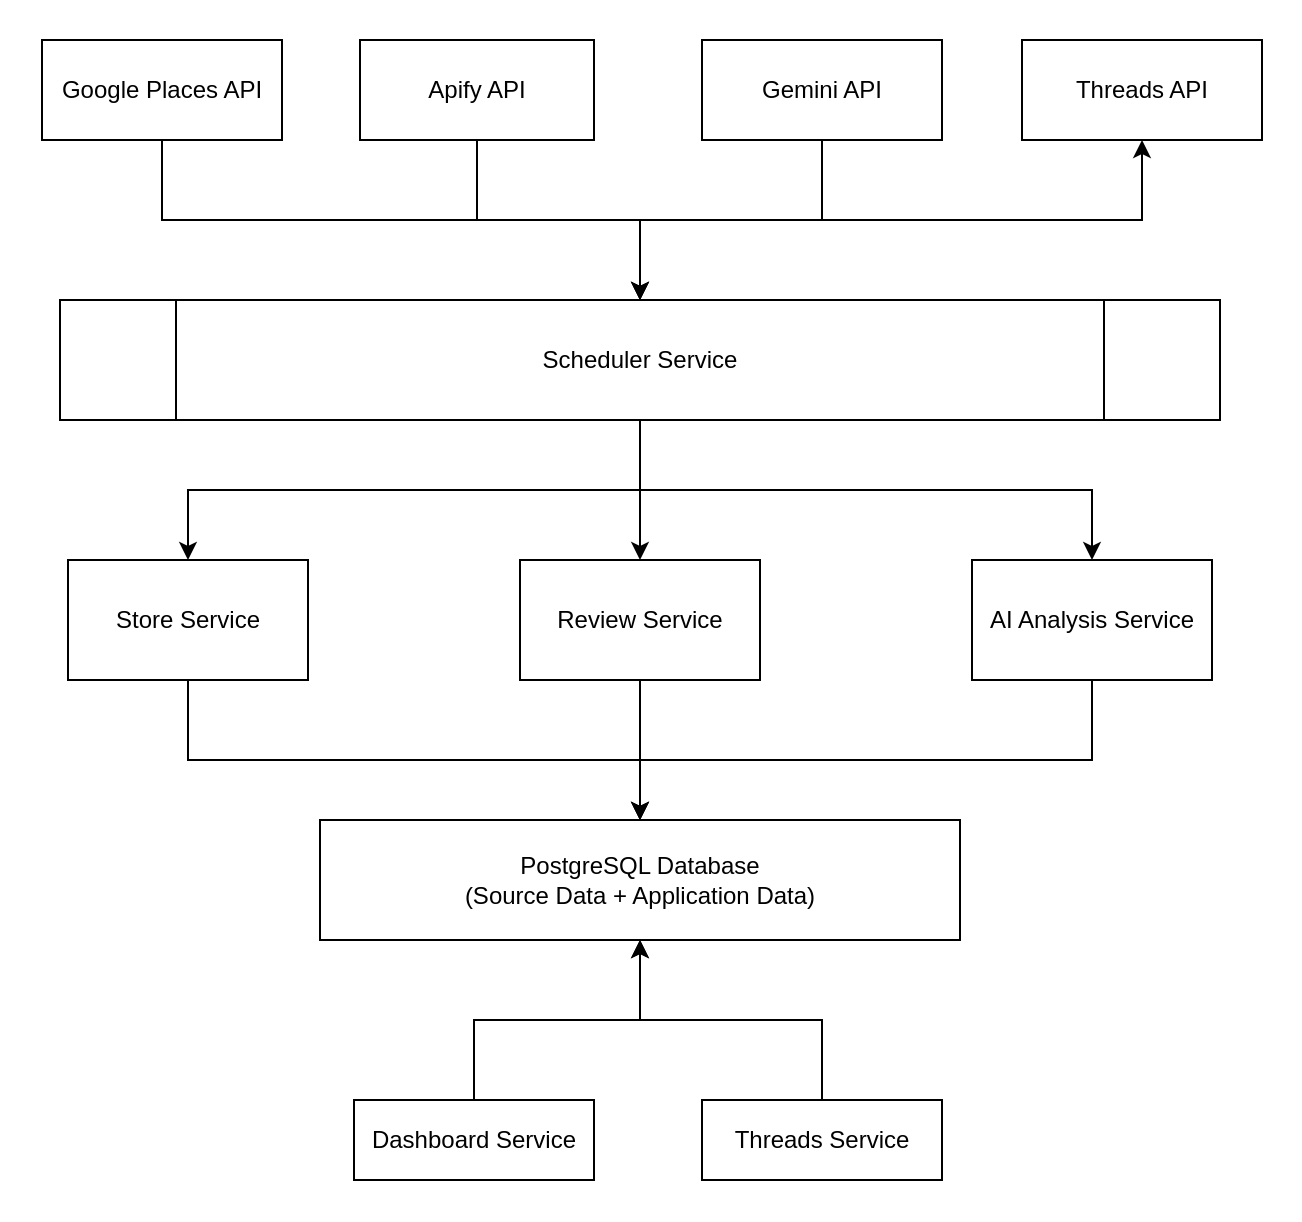
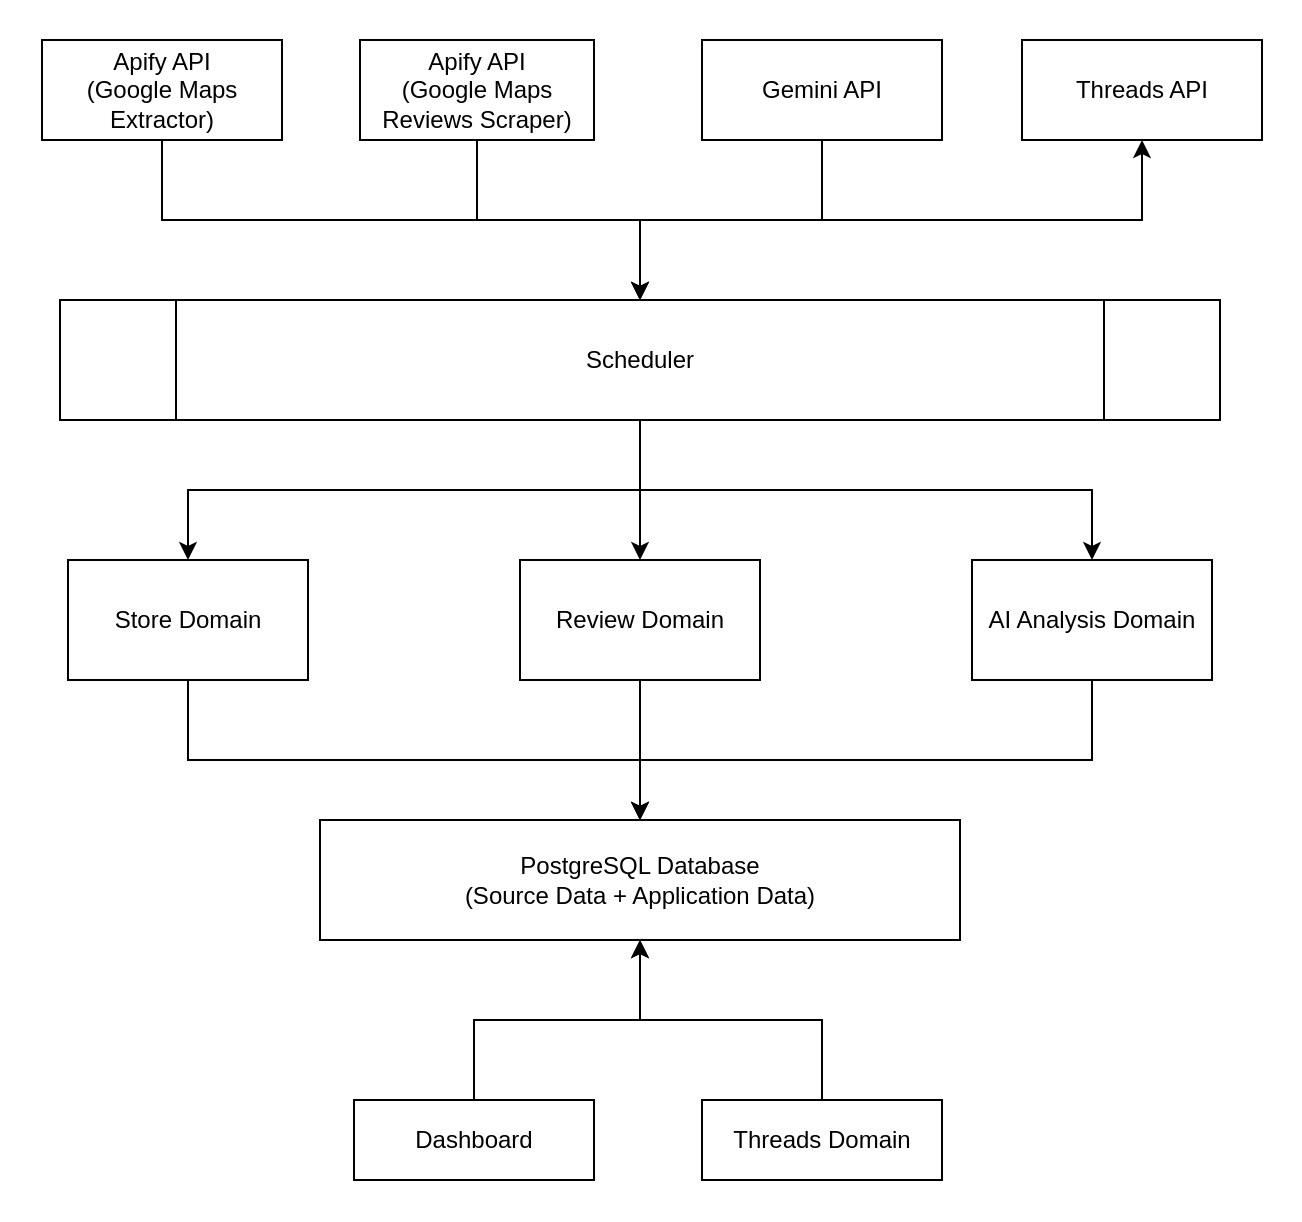
- <mxfile host="app.diagrams.net" pages="4">
+ <mxfile host="app.diagrams.net" pages="5">
  <diagram name="Overall Architecture" id="B7GCiiGbTmt-Ipv_t-3K">
    <mxGraphModel dx="1406" dy="720" grid="1" gridSize="10" guides="1" tooltips="1" connect="1" arrows="1" fold="1" page="1" pageScale="1" pageWidth="827" pageHeight="1169" math="0" shadow="0">
      <root>
        <mxCell id="0" />
        <mxCell id="1" parent="0" />
        <mxCell id="oDbqJizvdy0nP4__6ENL-1" connectable="0" parent="1" style="group;fillColor=default;" value="" vertex="1">
          <mxGeometry height="610" width="650" x="89" y="130" as="geometry" />
        </mxCell>
        <mxCell id="CX6pmYBFgiElx8D2fHke-8" edge="1" parent="oDbqJizvdy0nP4__6ENL-1" source="CX6pmYBFgiElx8D2fHke-1" style="edgeStyle=orthogonalEdgeStyle;rounded=0;orthogonalLoop=1;jettySize=auto;html=1;" target="CX6pmYBFgiElx8D2fHke-6">
          <mxGeometry relative="1" as="geometry" />
        </mxCell>
-         <mxCell id="CX6pmYBFgiElx8D2fHke-1" parent="oDbqJizvdy0nP4__6ENL-1" style="rounded=0;whiteSpace=wrap;html=1;" value="Google Places API" vertex="1">
+         <mxCell id="CX6pmYBFgiElx8D2fHke-1" parent="oDbqJizvdy0nP4__6ENL-1" style="rounded=0;whiteSpace=wrap;html=1;" value="Apify API&lt;div&gt;(&lt;span style=&quot;background-color: transparent;&quot;&gt;Google Maps Extractor&lt;/span&gt;&lt;span style=&quot;background-color: transparent; color: light-dark(rgb(0, 0, 0), rgb(255, 255, 255));&quot;&gt;)&lt;/span&gt;&lt;/div&gt;" vertex="1">
          <mxGeometry height="50" width="120" x="21" y="20" as="geometry" />
        </mxCell>
        <mxCell id="CX6pmYBFgiElx8D2fHke-9" edge="1" parent="oDbqJizvdy0nP4__6ENL-1" source="CX6pmYBFgiElx8D2fHke-2" style="edgeStyle=orthogonalEdgeStyle;rounded=0;orthogonalLoop=1;jettySize=auto;html=1;" target="CX6pmYBFgiElx8D2fHke-6">
          <mxGeometry relative="1" as="geometry" />
        </mxCell>
-         <mxCell id="CX6pmYBFgiElx8D2fHke-2" parent="oDbqJizvdy0nP4__6ENL-1" style="rounded=0;whiteSpace=wrap;html=1;" value="Apify API" vertex="1">
+         <mxCell id="CX6pmYBFgiElx8D2fHke-2" parent="oDbqJizvdy0nP4__6ENL-1" style="rounded=0;whiteSpace=wrap;html=1;" value="Apify API&lt;div&gt;(&lt;span style=&quot;background-color: transparent;&quot;&gt;Google Maps Reviews Scraper&lt;/span&gt;&lt;span style=&quot;background-color: transparent; color: light-dark(rgb(0, 0, 0), rgb(255, 255, 255));&quot;&gt;)&lt;/span&gt;&lt;/div&gt;" vertex="1">
          <mxGeometry height="50" width="117" x="180" y="20" as="geometry" />
        </mxCell>
        <mxCell id="CX6pmYBFgiElx8D2fHke-10" edge="1" parent="oDbqJizvdy0nP4__6ENL-1" source="CX6pmYBFgiElx8D2fHke-3" style="edgeStyle=orthogonalEdgeStyle;rounded=0;orthogonalLoop=1;jettySize=auto;html=1;" target="CX6pmYBFgiElx8D2fHke-6">
          <mxGeometry relative="1" as="geometry" />
        </mxCell>
        <mxCell id="CX6pmYBFgiElx8D2fHke-3" parent="oDbqJizvdy0nP4__6ENL-1" style="rounded=0;whiteSpace=wrap;html=1;" value="Gemini API" vertex="1">
          <mxGeometry height="50" width="120" x="351" y="20" as="geometry" />
        </mxCell>
        <mxCell id="CX6pmYBFgiElx8D2fHke-4" parent="oDbqJizvdy0nP4__6ENL-1" style="rounded=0;whiteSpace=wrap;html=1;" value="Threads API" vertex="1">
          <mxGeometry height="50" width="120" x="511" y="20" as="geometry" />
        </mxCell>
        <mxCell id="CX6pmYBFgiElx8D2fHke-12" edge="1" parent="oDbqJizvdy0nP4__6ENL-1" source="CX6pmYBFgiElx8D2fHke-6" style="edgeStyle=orthogonalEdgeStyle;rounded=0;orthogonalLoop=1;jettySize=auto;html=1;entryX=0.5;entryY=1;entryDx=0;entryDy=0;" target="CX6pmYBFgiElx8D2fHke-4">
          <mxGeometry relative="1" as="geometry" />
        </mxCell>
        <mxCell id="CX6pmYBFgiElx8D2fHke-16" edge="1" parent="oDbqJizvdy0nP4__6ENL-1" source="CX6pmYBFgiElx8D2fHke-6" style="edgeStyle=orthogonalEdgeStyle;rounded=0;orthogonalLoop=1;jettySize=auto;html=1;" target="CX6pmYBFgiElx8D2fHke-13">
          <mxGeometry relative="1" as="geometry" />
        </mxCell>
        <mxCell id="CX6pmYBFgiElx8D2fHke-17" edge="1" parent="oDbqJizvdy0nP4__6ENL-1" source="CX6pmYBFgiElx8D2fHke-6" style="edgeStyle=orthogonalEdgeStyle;rounded=0;orthogonalLoop=1;jettySize=auto;html=1;" target="CX6pmYBFgiElx8D2fHke-14">
          <mxGeometry relative="1" as="geometry" />
        </mxCell>
        <mxCell id="CX6pmYBFgiElx8D2fHke-18" edge="1" parent="oDbqJizvdy0nP4__6ENL-1" source="CX6pmYBFgiElx8D2fHke-6" style="edgeStyle=orthogonalEdgeStyle;rounded=0;orthogonalLoop=1;jettySize=auto;html=1;" target="CX6pmYBFgiElx8D2fHke-15">
          <mxGeometry relative="1" as="geometry" />
        </mxCell>
-         <mxCell id="CX6pmYBFgiElx8D2fHke-6" parent="oDbqJizvdy0nP4__6ENL-1" style="shape=process;whiteSpace=wrap;html=1;backgroundOutline=1;" value="Scheduler Service" vertex="1">
+         <mxCell id="CX6pmYBFgiElx8D2fHke-6" parent="oDbqJizvdy0nP4__6ENL-1" style="shape=process;whiteSpace=wrap;html=1;backgroundOutline=1;" value="Scheduler" vertex="1">
          <mxGeometry height="60" width="580" x="30" y="150" as="geometry" />
        </mxCell>
        <mxCell id="CX6pmYBFgiElx8D2fHke-21" edge="1" parent="oDbqJizvdy0nP4__6ENL-1" source="CX6pmYBFgiElx8D2fHke-13" style="edgeStyle=orthogonalEdgeStyle;rounded=0;orthogonalLoop=1;jettySize=auto;html=1;entryX=0.5;entryY=0;entryDx=0;entryDy=0;" target="CX6pmYBFgiElx8D2fHke-19">
          <mxGeometry relative="1" as="geometry">
            <Array as="points">
              <mxPoint x="94" y="380" />
              <mxPoint x="320" y="380" />
            </Array>
          </mxGeometry>
        </mxCell>
-         <mxCell id="CX6pmYBFgiElx8D2fHke-13" parent="oDbqJizvdy0nP4__6ENL-1" style="rounded=0;whiteSpace=wrap;html=1;" value="Store Service" vertex="1">
+         <mxCell id="CX6pmYBFgiElx8D2fHke-13" parent="oDbqJizvdy0nP4__6ENL-1" style="rounded=0;whiteSpace=wrap;html=1;" value="Store Domain" vertex="1">
          <mxGeometry height="60" width="120" x="34" y="280" as="geometry" />
        </mxCell>
        <mxCell id="CX6pmYBFgiElx8D2fHke-22" edge="1" parent="oDbqJizvdy0nP4__6ENL-1" source="CX6pmYBFgiElx8D2fHke-14" style="edgeStyle=orthogonalEdgeStyle;rounded=0;orthogonalLoop=1;jettySize=auto;html=1;" target="CX6pmYBFgiElx8D2fHke-19">
          <mxGeometry relative="1" as="geometry" />
        </mxCell>
-         <mxCell id="CX6pmYBFgiElx8D2fHke-14" parent="oDbqJizvdy0nP4__6ENL-1" style="rounded=0;whiteSpace=wrap;html=1;" value="Review Service" vertex="1">
+         <mxCell id="CX6pmYBFgiElx8D2fHke-14" parent="oDbqJizvdy0nP4__6ENL-1" style="rounded=0;whiteSpace=wrap;html=1;" value="Review Domain" vertex="1">
          <mxGeometry height="60" width="120" x="260" y="280" as="geometry" />
        </mxCell>
        <mxCell id="CX6pmYBFgiElx8D2fHke-23" edge="1" parent="oDbqJizvdy0nP4__6ENL-1" source="CX6pmYBFgiElx8D2fHke-15" style="edgeStyle=orthogonalEdgeStyle;rounded=0;orthogonalLoop=1;jettySize=auto;html=1;" target="CX6pmYBFgiElx8D2fHke-19">
          <mxGeometry relative="1" as="geometry">
            <Array as="points">
              <mxPoint x="546" y="380" />
              <mxPoint x="320" y="380" />
            </Array>
          </mxGeometry>
        </mxCell>
-         <mxCell id="CX6pmYBFgiElx8D2fHke-15" parent="oDbqJizvdy0nP4__6ENL-1" style="rounded=0;whiteSpace=wrap;html=1;" value="AI Analysis Service" vertex="1">
+         <mxCell id="CX6pmYBFgiElx8D2fHke-15" parent="oDbqJizvdy0nP4__6ENL-1" style="rounded=0;whiteSpace=wrap;html=1;" value="AI Analysis Domain" vertex="1">
          <mxGeometry height="60" width="120" x="486" y="280" as="geometry" />
        </mxCell>
        <mxCell id="CX6pmYBFgiElx8D2fHke-19" parent="oDbqJizvdy0nP4__6ENL-1" style="rounded=0;whiteSpace=wrap;html=1;" value="PostgreSQL Database&lt;br/&gt;               (Source Data + Application Data)" vertex="1">
          <mxGeometry height="60" width="320" x="160" y="410" as="geometry" />
        </mxCell>
        <mxCell id="CX6pmYBFgiElx8D2fHke-28" edge="1" parent="oDbqJizvdy0nP4__6ENL-1" source="CX6pmYBFgiElx8D2fHke-24" style="edgeStyle=orthogonalEdgeStyle;rounded=0;orthogonalLoop=1;jettySize=auto;html=1;entryX=0.5;entryY=1;entryDx=0;entryDy=0;" target="CX6pmYBFgiElx8D2fHke-19">
          <mxGeometry relative="1" as="geometry" />
        </mxCell>
-         <mxCell id="CX6pmYBFgiElx8D2fHke-24" parent="oDbqJizvdy0nP4__6ENL-1" style="rounded=0;whiteSpace=wrap;html=1;" value="Dashboard Service" vertex="1">
+         <mxCell id="CX6pmYBFgiElx8D2fHke-24" parent="oDbqJizvdy0nP4__6ENL-1" style="rounded=0;whiteSpace=wrap;html=1;" value="Dashboard" vertex="1">
          <mxGeometry height="40" width="120" x="177" y="550" as="geometry" />
        </mxCell>
        <mxCell id="CX6pmYBFgiElx8D2fHke-29" edge="1" parent="oDbqJizvdy0nP4__6ENL-1" source="CX6pmYBFgiElx8D2fHke-25" style="edgeStyle=orthogonalEdgeStyle;rounded=0;orthogonalLoop=1;jettySize=auto;html=1;entryX=0.5;entryY=1;entryDx=0;entryDy=0;" target="CX6pmYBFgiElx8D2fHke-19">
          <mxGeometry relative="1" as="geometry" />
        </mxCell>
-         <mxCell id="CX6pmYBFgiElx8D2fHke-25" parent="oDbqJizvdy0nP4__6ENL-1" style="rounded=0;whiteSpace=wrap;html=1;" value="Threads&amp;nbsp;Service" vertex="1">
+         <mxCell id="CX6pmYBFgiElx8D2fHke-25" parent="oDbqJizvdy0nP4__6ENL-1" style="rounded=0;whiteSpace=wrap;html=1;" value="Threads Domain" vertex="1">
          <mxGeometry height="40" width="120" x="351" y="550" as="geometry" />
        </mxCell>
      </root>
    </mxGraphModel>
  </diagram>
  <diagram id="dAVQI8VibZGlGFbeojBc" name="Data Flow">
    <mxGraphModel dx="1406" dy="720" grid="1" gridSize="10" guides="1" tooltips="1" connect="1" arrows="1" fold="1" page="1" pageScale="1" pageWidth="827" pageHeight="1169" math="0" shadow="0">
      <root>
        <mxCell id="0" />
        <mxCell id="1" parent="0" />
        <mxCell id="Z-VVW0ID51ob4fsDobyt-1" connectable="0" parent="1" style="group;fillColor=default;" value="" vertex="1">
-           <mxGeometry height="900" width="274" x="240" y="80" as="geometry" />
+           <mxGeometry height="900" width="274" x="240" y="70" as="geometry" />
        </mxCell>
        <mxCell id="dMydww4XKO8j4o9NwWwc-20" edge="1" parent="Z-VVW0ID51ob4fsDobyt-1" source="dMydww4XKO8j4o9NwWwc-2" style="edgeStyle=orthogonalEdgeStyle;rounded=0;orthogonalLoop=1;jettySize=auto;html=1;" target="dMydww4XKO8j4o9NwWwc-4">
          <mxGeometry relative="1" as="geometry" />
        </mxCell>
-         <mxCell id="dMydww4XKO8j4o9NwWwc-2" parent="Z-VVW0ID51ob4fsDobyt-1" style="rounded=0;whiteSpace=wrap;html=1;strokeColor=default;align=center;verticalAlign=middle;fontFamily=Helvetica;fontSize=12;fontColor=default;fillColor=default;" value="&lt;span style=&quot;text-align: left;&quot;&gt;Google Places API&lt;/span&gt;" vertex="1">
-           <mxGeometry height="38.061" width="120" x="80" y="27" as="geometry" />
+         <mxCell id="dMydww4XKO8j4o9NwWwc-2" parent="Z-VVW0ID51ob4fsDobyt-1" style="rounded=0;whiteSpace=wrap;html=1;strokeColor=default;align=center;verticalAlign=middle;fontFamily=Helvetica;fontSize=12;fontColor=default;fillColor=default;" value="&lt;span style=&quot;text-align: left;&quot;&gt;Apify API&lt;/span&gt;&lt;div&gt;&lt;span style=&quot;text-align: left;&quot;&gt;(&lt;/span&gt;&lt;span style=&quot;background-color: transparent;&quot;&gt;Google Maps Extractor&lt;/span&gt;&lt;span style=&quot;text-align: left; background-color: transparent; color: light-dark(rgb(0, 0, 0), rgb(255, 255, 255));&quot;&gt;)&lt;/span&gt;&lt;/div&gt;" vertex="1">
+           <mxGeometry height="45.06" width="120" x="80" y="20" as="geometry" />
        </mxCell>
        <mxCell id="dMydww4XKO8j4o9NwWwc-21" edge="1" parent="Z-VVW0ID51ob4fsDobyt-1" source="dMydww4XKO8j4o9NwWwc-4" style="edgeStyle=orthogonalEdgeStyle;rounded=0;orthogonalLoop=1;jettySize=auto;html=1;" target="dMydww4XKO8j4o9NwWwc-6">
          <mxGeometry relative="1" as="geometry" />
        </mxCell>
        <mxCell id="dMydww4XKO8j4o9NwWwc-4" parent="Z-VVW0ID51ob4fsDobyt-1" style="rounded=0;whiteSpace=wrap;html=1;strokeColor=default;align=center;verticalAlign=middle;fontFamily=Helvetica;fontSize=12;fontColor=default;fillColor=default;" value="&lt;span style=&quot;text-align: left;&quot;&gt;Store_source&lt;/span&gt;" vertex="1">
          <mxGeometry height="44.676" width="120" x="80" y="89" as="geometry" />
        </mxCell>
        <mxCell id="dMydww4XKO8j4o9NwWwc-22" edge="1" parent="Z-VVW0ID51ob4fsDobyt-1" source="dMydww4XKO8j4o9NwWwc-6" style="edgeStyle=orthogonalEdgeStyle;rounded=0;orthogonalLoop=1;jettySize=auto;html=1;" target="dMydww4XKO8j4o9NwWwc-7">
          <mxGeometry relative="1" as="geometry" />
        </mxCell>
        <mxCell id="dMydww4XKO8j4o9NwWwc-6" parent="Z-VVW0ID51ob4fsDobyt-1" style="rounded=0;whiteSpace=wrap;html=1;" value="&lt;span style=&quot;text-align: left;&quot;&gt;Store Processing&lt;/span&gt;&lt;br style=&quot;text-align: left;&quot;&gt;&lt;div style=&quot;&quot;&gt;(ETL處理)&lt;/div&gt;" vertex="1">
          <mxGeometry height="46.800000000000004" width="120" x="80" y="154" as="geometry" />
        </mxCell>
        <mxCell id="dMydww4XKO8j4o9NwWwc-23" edge="1" parent="Z-VVW0ID51ob4fsDobyt-1" source="dMydww4XKO8j4o9NwWwc-7" style="edgeStyle=orthogonalEdgeStyle;rounded=0;orthogonalLoop=1;jettySize=auto;html=1;" target="dMydww4XKO8j4o9NwWwc-8">
          <mxGeometry relative="1" as="geometry" />
        </mxCell>
        <mxCell id="dMydww4XKO8j4o9NwWwc-7" parent="Z-VVW0ID51ob4fsDobyt-1" style="rounded=0;whiteSpace=wrap;html=1;" value="&lt;span style=&quot;text-align: left;&quot;&gt;Store : place_id&lt;/span&gt;&lt;div&gt;&lt;span style=&quot;background-color: transparent; color: light-dark(rgb(0, 0, 0), rgb(255, 255, 255));&quot;&gt;(ETL後結果)&lt;/span&gt;&lt;/div&gt;" vertex="1">
          <mxGeometry height="46.800000000000004" width="120" x="80" y="220" as="geometry" />
        </mxCell>
        <mxCell id="dMydww4XKO8j4o9NwWwc-24" edge="1" parent="Z-VVW0ID51ob4fsDobyt-1" source="dMydww4XKO8j4o9NwWwc-8" style="edgeStyle=orthogonalEdgeStyle;rounded=0;orthogonalLoop=1;jettySize=auto;html=1;" target="dMydww4XKO8j4o9NwWwc-9">
          <mxGeometry relative="1" as="geometry" />
        </mxCell>
-         <mxCell id="dMydww4XKO8j4o9NwWwc-8" parent="Z-VVW0ID51ob4fsDobyt-1" style="rounded=0;whiteSpace=wrap;html=1;" value="&lt;span style=&quot;text-align: left;&quot;&gt;Apify API&lt;/span&gt;" vertex="1">
-           <mxGeometry height="37.800000000000004" width="120" x="80" y="290" as="geometry" />
+         <mxCell id="dMydww4XKO8j4o9NwWwc-8" parent="Z-VVW0ID51ob4fsDobyt-1" style="rounded=0;whiteSpace=wrap;html=1;" value="&lt;span style=&quot;text-align: left;&quot;&gt;Apify API&lt;/span&gt;&lt;div&gt;&lt;span style=&quot;text-align: left;&quot;&gt;(&lt;/span&gt;&lt;span style=&quot;background-color: transparent;&quot;&gt;Google Maps Reviews Scraper&lt;/span&gt;&lt;span style=&quot;text-align: left; background-color: transparent; color: light-dark(rgb(0, 0, 0), rgb(255, 255, 255));&quot;&gt;)&lt;/span&gt;&lt;/div&gt;" vertex="1">
+           <mxGeometry height="50" width="120" x="80" y="290" as="geometry" />
        </mxCell>
        <mxCell id="dMydww4XKO8j4o9NwWwc-25" edge="1" parent="Z-VVW0ID51ob4fsDobyt-1" source="dMydww4XKO8j4o9NwWwc-9" style="edgeStyle=orthogonalEdgeStyle;rounded=0;orthogonalLoop=1;jettySize=auto;html=1;" target="dMydww4XKO8j4o9NwWwc-11">
          <mxGeometry relative="1" as="geometry" />
        </mxCell>
        <mxCell id="dMydww4XKO8j4o9NwWwc-9" parent="Z-VVW0ID51ob4fsDobyt-1" style="rounded=0;whiteSpace=wrap;html=1;" value="&lt;div style=&quot;&quot;&gt;&lt;span style=&quot;text-align: left;&quot;&gt;Review_source&lt;/span&gt;&lt;br&gt;&lt;/div&gt;" vertex="1">
-           <mxGeometry height="37.800000000000004" width="120" x="80" y="356" as="geometry" />
+           <mxGeometry height="37.800000000000004" width="120" x="80" y="360" as="geometry" />
        </mxCell>
        <mxCell id="dMydww4XKO8j4o9NwWwc-27" edge="1" parent="Z-VVW0ID51ob4fsDobyt-1" source="dMydww4XKO8j4o9NwWwc-10" style="edgeStyle=orthogonalEdgeStyle;rounded=0;orthogonalLoop=1;jettySize=auto;html=1;" target="dMydww4XKO8j4o9NwWwc-12">
          <mxGeometry relative="1" as="geometry" />
        </mxCell>
        <mxCell id="dMydww4XKO8j4o9NwWwc-10" parent="Z-VVW0ID51ob4fsDobyt-1" style="rounded=0;whiteSpace=wrap;html=1;" value="&lt;span style=&quot;text-align: left;&quot;&gt;Comment&lt;/span&gt;&lt;br style=&quot;text-align: left;&quot;&gt;&lt;div&gt;&lt;span style=&quot;background-color: transparent; color: light-dark(rgb(0, 0, 0), rgb(255, 255, 255));&quot;&gt;(ETL後結果)&lt;/span&gt;&lt;/div&gt;" vertex="1">
          <mxGeometry height="42.300000000000004" width="120" x="80" y="485" as="geometry" />
        </mxCell>
        <mxCell id="dMydww4XKO8j4o9NwWwc-26" edge="1" parent="Z-VVW0ID51ob4fsDobyt-1" source="dMydww4XKO8j4o9NwWwc-11" style="edgeStyle=orthogonalEdgeStyle;rounded=0;orthogonalLoop=1;jettySize=auto;html=1;" target="dMydww4XKO8j4o9NwWwc-10">
          <mxGeometry relative="1" as="geometry" />
        </mxCell>
        <mxCell id="dMydww4XKO8j4o9NwWwc-11" parent="Z-VVW0ID51ob4fsDobyt-1" style="rounded=0;whiteSpace=wrap;html=1;" value="&lt;span style=&quot;text-align: left;&quot;&gt;Review Processing&lt;/span&gt;&lt;br style=&quot;text-align: left;&quot;&gt;&lt;div style=&quot;&quot;&gt;(ETL處理)&lt;/div&gt;" vertex="1">
          <mxGeometry height="45" width="120" x="80" y="418" as="geometry" />
        </mxCell>
        <mxCell id="dMydww4XKO8j4o9NwWwc-28" edge="1" parent="Z-VVW0ID51ob4fsDobyt-1" source="dMydww4XKO8j4o9NwWwc-12" style="edgeStyle=orthogonalEdgeStyle;rounded=0;orthogonalLoop=1;jettySize=auto;html=1;" target="dMydww4XKO8j4o9NwWwc-13">
          <mxGeometry relative="1" as="geometry" />
        </mxCell>
        <mxCell id="dMydww4XKO8j4o9NwWwc-12" parent="Z-VVW0ID51ob4fsDobyt-1" style="rounded=0;whiteSpace=wrap;html=1;" value="&lt;div style=&quot;&quot;&gt;&lt;span style=&quot;text-align: left;&quot;&gt;Gemini API&lt;/span&gt;&lt;br style=&quot;text-align: left;&quot;&gt;&lt;/div&gt;" vertex="1">
          <mxGeometry height="37.800000000000004" width="120" x="80" y="553" as="geometry" />
        </mxCell>
        <mxCell id="dMydww4XKO8j4o9NwWwc-15" edge="1" parent="Z-VVW0ID51ob4fsDobyt-1" source="dMydww4XKO8j4o9NwWwc-13" style="edgeStyle=orthogonalEdgeStyle;rounded=0;orthogonalLoop=1;jettySize=auto;html=1;" target="dMydww4XKO8j4o9NwWwc-14" value="">
          <mxGeometry relative="1" as="geometry" />
        </mxCell>
        <mxCell id="dMydww4XKO8j4o9NwWwc-16" edge="1" parent="Z-VVW0ID51ob4fsDobyt-1" source="dMydww4XKO8j4o9NwWwc-13" style="edgeStyle=orthogonalEdgeStyle;rounded=0;orthogonalLoop=1;jettySize=auto;html=1;" target="dMydww4XKO8j4o9NwWwc-14" value="">
          <mxGeometry relative="1" as="geometry" />
        </mxCell>
        <mxCell id="dMydww4XKO8j4o9NwWwc-18" edge="1" parent="Z-VVW0ID51ob4fsDobyt-1" source="dMydww4XKO8j4o9NwWwc-13" style="edgeStyle=orthogonalEdgeStyle;rounded=0;orthogonalLoop=1;jettySize=auto;html=1;" target="dMydww4XKO8j4o9NwWwc-17">
          <mxGeometry relative="1" as="geometry" />
        </mxCell>
        <mxCell id="dMydww4XKO8j4o9NwWwc-13" parent="Z-VVW0ID51ob4fsDobyt-1" style="rounded=0;whiteSpace=wrap;html=1;" value="&lt;span style=&quot;text-align: left;&quot;&gt;Analysis&lt;/span&gt;" vertex="1">
          <mxGeometry height="37.800000000000004" width="120" x="80" y="619.2" as="geometry" />
        </mxCell>
        <mxCell id="dMydww4XKO8j4o9NwWwc-14" parent="Z-VVW0ID51ob4fsDobyt-1" style="whiteSpace=wrap;html=1;rounded=0;" value="&lt;span style=&quot;text-align: left;&quot;&gt;Dashboard&lt;/span&gt;" vertex="1">
          <mxGeometry height="36" width="120" x="9" y="702" as="geometry" />
        </mxCell>
        <mxCell id="dMydww4XKO8j4o9NwWwc-17" parent="Z-VVW0ID51ob4fsDobyt-1" style="rounded=0;whiteSpace=wrap;html=1;" value="&lt;span style=&quot;text-align: left;&quot;&gt;Threads API&lt;/span&gt;" vertex="1">
          <mxGeometry height="36" width="120" x="147" y="702" as="geometry" />
        </mxCell>
        <mxCell id="Z-VVW0ID51ob4fsDobyt-2" edge="1" parent="Z-VVW0ID51ob4fsDobyt-1" source="dMydww4XKO8j4o9NwWwc-17" style="edgeStyle=orthogonalEdgeStyle;rounded=0;orthogonalLoop=1;jettySize=auto;html=1;exitX=0.5;exitY=1;exitDx=0;exitDy=0;fontFamily=Helvetica;fontSize=12;fontColor=default;" target="dMydww4XKO8j4o9NwWwc-17">
          <mxGeometry relative="1" as="geometry" />
        </mxCell>
      </root>
    </mxGraphModel>
  </diagram>
  <diagram id="ypyJEfGTQtQwSP3ZYKLW" name="Business Workflow">
    <mxGraphModel dx="1406" dy="720" grid="1" gridSize="10" guides="1" tooltips="1" connect="1" arrows="1" fold="1" page="1" pageScale="1" pageWidth="827" pageHeight="1169" math="0" shadow="0">
      <root>
        <mxCell id="0" />
        <mxCell id="1" parent="0" />
        <mxCell id="tB4jFYjcc8fmtC0j_qxH-1" connectable="0" parent="1" style="group;fillColor=default;glass=0;imageWidth=42;" value="" vertex="1">
          <mxGeometry height="500" width="300" x="264" y="50" as="geometry" />
        </mxCell>
        <mxCell id="29zzmhyEpgmcqQbQeEUS-5" edge="1" parent="tB4jFYjcc8fmtC0j_qxH-1" source="29zzmhyEpgmcqQbQeEUS-3" style="edgeStyle=orthogonalEdgeStyle;rounded=0;orthogonalLoop=1;jettySize=auto;html=1;fillColor=none;" target="29zzmhyEpgmcqQbQeEUS-4" value="">
          <mxGeometry relative="1" as="geometry" />
        </mxCell>
-         <mxCell id="29zzmhyEpgmcqQbQeEUS-3" parent="tB4jFYjcc8fmtC0j_qxH-1" style="rounded=0;whiteSpace=wrap;html=1;fillColor=none;" value="&lt;pre dir=&quot;ltr&quot; style=&quot;text-align: left;&quot;&gt;&lt;code dir=&quot;ltr&quot;&gt;Scheduler Service&lt;br&gt;&lt;/code&gt;&lt;/pre&gt;" vertex="1">
+         <mxCell id="29zzmhyEpgmcqQbQeEUS-3" parent="tB4jFYjcc8fmtC0j_qxH-1" style="rounded=0;whiteSpace=wrap;html=1;fillColor=none;" value="&lt;pre dir=&quot;ltr&quot; style=&quot;text-align: left;&quot;&gt;&lt;code dir=&quot;ltr&quot;&gt;Scheduler Domain&lt;br&gt;&lt;/code&gt;&lt;/pre&gt;" vertex="1">
          <mxGeometry height="50" width="166.67" x="66.67" y="16.666666666666664" as="geometry" />
        </mxCell>
        <mxCell id="29zzmhyEpgmcqQbQeEUS-7" edge="1" parent="tB4jFYjcc8fmtC0j_qxH-1" source="29zzmhyEpgmcqQbQeEUS-4" style="edgeStyle=orthogonalEdgeStyle;rounded=0;orthogonalLoop=1;jettySize=auto;html=1;fillColor=none;" target="29zzmhyEpgmcqQbQeEUS-6" value="">
          <mxGeometry relative="1" as="geometry" />
        </mxCell>
-         <mxCell id="29zzmhyEpgmcqQbQeEUS-4" parent="tB4jFYjcc8fmtC0j_qxH-1" style="whiteSpace=wrap;html=1;rounded=0;fillColor=none;" value="&lt;pre dir=&quot;ltr&quot; style=&quot;text-align: left;&quot;&gt;&lt;code dir=&quot;ltr&quot;&gt;Store Service&lt;br&gt;&lt;/code&gt;&lt;/pre&gt;" vertex="1">
+         <mxCell id="29zzmhyEpgmcqQbQeEUS-4" parent="tB4jFYjcc8fmtC0j_qxH-1" style="whiteSpace=wrap;html=1;rounded=0;fillColor=none;" value="&lt;pre dir=&quot;ltr&quot; style=&quot;text-align: left;&quot;&gt;&lt;code dir=&quot;ltr&quot;&gt;Store &lt;/code&gt;Domain&lt;/pre&gt;" vertex="1">
          <mxGeometry height="44.73333333333333" width="133.33" x="83.34" y="109.99666666666666" as="geometry" />
        </mxCell>
        <mxCell id="29zzmhyEpgmcqQbQeEUS-9" edge="1" parent="tB4jFYjcc8fmtC0j_qxH-1" source="29zzmhyEpgmcqQbQeEUS-6" style="edgeStyle=orthogonalEdgeStyle;rounded=0;orthogonalLoop=1;jettySize=auto;html=1;fillColor=none;" target="29zzmhyEpgmcqQbQeEUS-8" value="">
          <mxGeometry relative="1" as="geometry" />
        </mxCell>
-         <mxCell id="29zzmhyEpgmcqQbQeEUS-6" parent="tB4jFYjcc8fmtC0j_qxH-1" style="whiteSpace=wrap;html=1;rounded=0;fillColor=none;" value="&lt;pre dir=&quot;ltr&quot; style=&quot;text-align: left;&quot;&gt;&lt;code dir=&quot;ltr&quot;&gt;Review Service&lt;br&gt;&lt;/code&gt;&lt;/pre&gt;" vertex="1">
+         <mxCell id="29zzmhyEpgmcqQbQeEUS-6" parent="tB4jFYjcc8fmtC0j_qxH-1" style="whiteSpace=wrap;html=1;rounded=0;fillColor=none;" value="&lt;pre dir=&quot;ltr&quot; style=&quot;text-align: left;&quot;&gt;&lt;code dir=&quot;ltr&quot;&gt;Review &lt;/code&gt;Domain&lt;/pre&gt;" vertex="1">
          <mxGeometry height="47.80833333333333" width="133.33" x="83.33" y="190.0033333333333" as="geometry" />
        </mxCell>
-         <mxCell id="29zzmhyEpgmcqQbQeEUS-8" parent="tB4jFYjcc8fmtC0j_qxH-1" style="whiteSpace=wrap;html=1;rounded=0;fillColor=none;" value="&lt;pre dir=&quot;ltr&quot; style=&quot;text-align: left;&quot;&gt;&lt;code dir=&quot;ltr&quot;&gt;AI Analysis Service&lt;br&gt;&lt;/code&gt;&lt;/pre&gt;" vertex="1">
+         <mxCell id="29zzmhyEpgmcqQbQeEUS-8" parent="tB4jFYjcc8fmtC0j_qxH-1" style="whiteSpace=wrap;html=1;rounded=0;fillColor=none;" value="&lt;pre dir=&quot;ltr&quot; style=&quot;text-align: left;&quot;&gt;&lt;code dir=&quot;ltr&quot;&gt;AI Analysis Domain&lt;br&gt;&lt;/code&gt;&lt;/pre&gt;" vertex="1">
          <mxGeometry height="46.04999999999999" width="183.33" x="58.339999999999996" y="279.9966666666666" as="geometry" />
        </mxCell>
-         <mxCell id="29zzmhyEpgmcqQbQeEUS-10" parent="tB4jFYjcc8fmtC0j_qxH-1" style="whiteSpace=wrap;html=1;rounded=0;fillColor=none;" value="&lt;pre dir=&quot;ltr&quot; style=&quot;text-align: left;&quot;&gt;&lt;code dir=&quot;ltr&quot;&gt;Dashboard Service&lt;/code&gt;&lt;/pre&gt;" vertex="1">
+         <mxCell id="29zzmhyEpgmcqQbQeEUS-10" parent="tB4jFYjcc8fmtC0j_qxH-1" style="whiteSpace=wrap;html=1;rounded=0;fillColor=none;" value="&lt;pre dir=&quot;ltr&quot; style=&quot;text-align: left;&quot;&gt;&lt;code dir=&quot;ltr&quot;&gt;Dashboard&lt;/code&gt;&lt;/pre&gt;" vertex="1">
          <mxGeometry height="60" width="130" x="10" y="399.9966666666666" as="geometry" />
        </mxCell>
        <mxCell id="29zzmhyEpgmcqQbQeEUS-11" edge="1" parent="tB4jFYjcc8fmtC0j_qxH-1" source="29zzmhyEpgmcqQbQeEUS-8" style="edgeStyle=orthogonalEdgeStyle;rounded=0;orthogonalLoop=1;jettySize=auto;html=1;fillColor=none;" target="29zzmhyEpgmcqQbQeEUS-10" value="">
          <mxGeometry relative="1" as="geometry" />
        </mxCell>
-         <mxCell id="29zzmhyEpgmcqQbQeEUS-14" parent="tB4jFYjcc8fmtC0j_qxH-1" style="rounded=0;whiteSpace=wrap;html=1;fillColor=none;" value="&lt;pre dir=&quot;ltr&quot; style=&quot;text-align: left;&quot;&gt;&lt;code dir=&quot;ltr&quot;&gt;Threads Service&lt;/code&gt;&lt;/pre&gt;" vertex="1">
+         <mxCell id="29zzmhyEpgmcqQbQeEUS-14" parent="tB4jFYjcc8fmtC0j_qxH-1" style="rounded=0;whiteSpace=wrap;html=1;fillColor=none;" value="&lt;pre dir=&quot;ltr&quot; style=&quot;text-align: left;&quot;&gt;&lt;code dir=&quot;ltr&quot;&gt;Threads Domain&lt;/code&gt;&lt;/pre&gt;" vertex="1">
          <mxGeometry height="60" width="120" x="170" y="399.9966666666666" as="geometry" />
        </mxCell>
        <mxCell id="29zzmhyEpgmcqQbQeEUS-15" edge="1" parent="tB4jFYjcc8fmtC0j_qxH-1" source="29zzmhyEpgmcqQbQeEUS-8" style="edgeStyle=orthogonalEdgeStyle;rounded=0;orthogonalLoop=1;jettySize=auto;html=1;entryX=0.5;entryY=0;entryDx=0;entryDy=0;fillColor=none;" target="29zzmhyEpgmcqQbQeEUS-14">
          <mxGeometry relative="1" as="geometry" />
        </mxCell>
      </root>
    </mxGraphModel>
  </diagram>
  <diagram id="2w5_D01dJHN0xn2DBgYu" name="Production Architecture">
    <mxGraphModel dx="1406" dy="720" grid="1" gridSize="10" guides="1" tooltips="1" connect="1" arrows="1" fold="1" page="1" pageScale="1" pageWidth="827" pageHeight="1169" math="0" shadow="0">
      <root>
        <mxCell id="0" />
        <mxCell id="1" parent="0" />
        <mxCell id="L3vdOe2fqAA-bLixn5a8-26" connectable="0" parent="1" style="group" value="" vertex="1">
-           <mxGeometry height="470" width="430" x="70" y="20" as="geometry" />
-         </mxCell>
-         <mxCell id="L3vdOe2fqAA-bLixn5a8-3" parent="L3vdOe2fqAA-bLixn5a8-26" style="whiteSpace=wrap;html=1;aspect=fixed;horizontal=0;" value="" vertex="1">
-           <mxGeometry height="430" width="430" y="40" as="geometry" />
+           <mxGeometry height="525.56" width="510" x="70" y="20" as="geometry" />
+         </mxCell>
+         <mxCell id="L3vdOe2fqAA-bLixn5a8-3" parent="L3vdOe2fqAA-bLixn5a8-26" style="whiteSpace=wrap;html=1;aspect=fixed;horizontal=0;movable=0;resizable=0;rotatable=0;deletable=0;editable=0;locked=1;connectable=0;" value="" vertex="1">
+           <mxGeometry height="490" width="490" y="35.56" as="geometry" />
        </mxCell>
        <mxCell id="L3vdOe2fqAA-bLixn5a8-14" edge="1" parent="L3vdOe2fqAA-bLixn5a8-26" source="L3vdOe2fqAA-bLixn5a8-4" style="edgeStyle=orthogonalEdgeStyle;rounded=0;orthogonalLoop=1;jettySize=auto;html=1;entryX=0;entryY=0.5;entryDx=0;entryDy=0;" target="L3vdOe2fqAA-bLixn5a8-8">
          <mxGeometry relative="1" as="geometry">
            <Array as="points">
-               <mxPoint x="170" y="165" />
-               <mxPoint x="170" y="165" />
+               <mxPoint x="192.66666666666666" y="187.66666666666666" />
+               <mxPoint x="192.66666666666666" y="187.66666666666666" />
            </Array>
          </mxGeometry>
        </mxCell>
        <mxCell id="L3vdOe2fqAA-bLixn5a8-4" parent="L3vdOe2fqAA-bLixn5a8-26" style="rounded=0;whiteSpace=wrap;html=1;" value="Fast API" vertex="1">
-           <mxGeometry height="90" width="120" x="60" y="90" as="geometry" />
+           <mxGeometry height="80" width="136" x="68" y="121" as="geometry" />
        </mxCell>
        <mxCell id="L3vdOe2fqAA-bLixn5a8-17" edge="1" parent="L3vdOe2fqAA-bLixn5a8-26" source="L3vdOe2fqAA-bLixn5a8-5" style="edgeStyle=orthogonalEdgeStyle;rounded=0;orthogonalLoop=1;jettySize=auto;html=1;" target="L3vdOe2fqAA-bLixn5a8-4">
          <mxGeometry relative="1" as="geometry">
            <Array as="points">
-               <mxPoint x="160" y="105" />
-               <mxPoint x="160" y="105" />
-             </Array>
-           </mxGeometry>
-         </mxCell>
-         <mxCell id="L3vdOe2fqAA-bLixn5a8-5" parent="L3vdOe2fqAA-bLixn5a8-26" style="text;html=1;whiteSpace=wrap;strokeColor=none;fillColor=none;align=left;verticalAlign=middle;rounded=0;" value="&lt;pre dir=&quot;ltr&quot; style=&quot;&quot;&gt;&lt;code dir=&quot;ltr&quot;&gt;Google Places API&lt;br&gt;&lt;/code&gt;&lt;/pre&gt;" vertex="1">
-           <mxGeometry height="30" width="160" x="240" y="90" as="geometry" />
+               <mxPoint x="181.33333333333331" y="134.33333333333331" />
+               <mxPoint x="181.33333333333331" y="134.33333333333331" />
+             </Array>
+           </mxGeometry>
+         </mxCell>
+         <mxCell id="L3vdOe2fqAA-bLixn5a8-5" parent="L3vdOe2fqAA-bLixn5a8-26" style="text;html=1;whiteSpace=wrap;strokeColor=none;fillColor=none;align=left;verticalAlign=middle;rounded=0;" value="&lt;pre dir=&quot;ltr&quot; style=&quot;&quot;&gt;&lt;span style=&quot;font-family: Helvetica; text-align: center; white-space: normal;&quot;&gt;Apify API&lt;/span&gt;(&lt;span style=&quot;font-family: Helvetica; text-align: center; white-space: normal; background-color: transparent; color: light-dark(rgb(0, 0, 0), rgb(255, 255, 255));&quot;&gt;Google Maps Extractor&lt;/span&gt;&lt;span style=&quot;font-family: Helvetica; text-align: center; white-space: normal; background-color: transparent; color: light-dark(rgb(0, 0, 0), rgb(255, 255, 255));&quot;&gt;)&lt;/span&gt;&lt;/pre&gt;" vertex="1">
+           <mxGeometry height="26.666666666666664" width="260.6666666666667" x="249.33333333333331" y="121" as="geometry" />
        </mxCell>
        <mxCell id="L3vdOe2fqAA-bLixn5a8-16" edge="1" parent="L3vdOe2fqAA-bLixn5a8-26" source="L3vdOe2fqAA-bLixn5a8-6" style="edgeStyle=orthogonalEdgeStyle;rounded=0;orthogonalLoop=1;jettySize=auto;html=1;" target="L3vdOe2fqAA-bLixn5a8-4">
          <mxGeometry relative="1" as="geometry">
            <Array as="points">
-               <mxPoint x="170" y="125" />
-               <mxPoint x="170" y="125" />
-             </Array>
-           </mxGeometry>
-         </mxCell>
-         <mxCell id="L3vdOe2fqAA-bLixn5a8-6" parent="L3vdOe2fqAA-bLixn5a8-26" style="text;html=1;whiteSpace=wrap;strokeColor=none;fillColor=none;align=left;verticalAlign=middle;rounded=0;" value="&lt;pre dir=&quot;ltr&quot; style=&quot;&quot;&gt;&lt;code dir=&quot;ltr&quot;&gt;Apify &lt;/code&gt;API&lt;/pre&gt;" vertex="1">
-           <mxGeometry height="30" width="160" x="240" y="110" as="geometry" />
+               <mxPoint x="192.66666666666666" y="152.1111111111111" />
+               <mxPoint x="192.66666666666666" y="152.1111111111111" />
+             </Array>
+           </mxGeometry>
+         </mxCell>
+         <mxCell id="L3vdOe2fqAA-bLixn5a8-6" parent="L3vdOe2fqAA-bLixn5a8-26" style="text;html=1;whiteSpace=wrap;strokeColor=none;fillColor=none;align=left;verticalAlign=middle;rounded=0;" value="&lt;pre dir=&quot;ltr&quot; style=&quot;&quot;&gt;&lt;pre dir=&quot;ltr&quot;&gt;&lt;code dir=&quot;ltr&quot;&gt;&lt;span style=&quot;font-family: Helvetica; text-align: center; white-space: normal;&quot;&gt;Apify API&lt;/span&gt;&lt;/code&gt;(&lt;span style=&quot;font-family: Helvetica; text-align: center; white-space: normal; background-color: transparent; color: light-dark(rgb(0, 0, 0), rgb(255, 255, 255));&quot;&gt;Google Maps Reviews Scraper&lt;/span&gt;&lt;span style=&quot;font-family: Helvetica; text-align: center; white-space: normal; background-color: transparent; color: light-dark(rgb(0, 0, 0), rgb(255, 255, 255));&quot;&gt;)&lt;/span&gt;&lt;/pre&gt;&lt;/pre&gt;" vertex="1">
+           <mxGeometry height="26.67" width="230" x="250" y="138.78" as="geometry" />
        </mxCell>
        <mxCell id="L3vdOe2fqAA-bLixn5a8-15" edge="1" parent="L3vdOe2fqAA-bLixn5a8-26" source="L3vdOe2fqAA-bLixn5a8-7" style="edgeStyle=orthogonalEdgeStyle;rounded=0;orthogonalLoop=1;jettySize=auto;html=1;" target="L3vdOe2fqAA-bLixn5a8-4">
          <mxGeometry relative="1" as="geometry">
            <Array as="points">
-               <mxPoint x="170" y="145" />
-               <mxPoint x="170" y="145" />
+               <mxPoint x="192.66666666666666" y="169.88888888888889" />
+               <mxPoint x="192.66666666666666" y="169.88888888888889" />
            </Array>
          </mxGeometry>
        </mxCell>
        <mxCell id="L3vdOe2fqAA-bLixn5a8-7" parent="L3vdOe2fqAA-bLixn5a8-26" style="text;html=1;whiteSpace=wrap;strokeColor=none;fillColor=none;align=left;verticalAlign=middle;rounded=0;" value="&lt;pre dir=&quot;ltr&quot; style=&quot;&quot;&gt;&lt;pre dir=&quot;ltr&quot;&gt;&lt;code dir=&quot;ltr&quot;&gt;Gemini API&lt;/code&gt;&lt;/pre&gt;&lt;/pre&gt;" vertex="1">
-           <mxGeometry height="30" width="160" x="240" y="130" as="geometry" />
+           <mxGeometry height="26.67" width="203.33" x="250" y="156.56" as="geometry" />
        </mxCell>
        <mxCell id="L3vdOe2fqAA-bLixn5a8-8" parent="L3vdOe2fqAA-bLixn5a8-26" style="text;html=1;whiteSpace=wrap;strokeColor=none;fillColor=none;align=left;verticalAlign=middle;rounded=0;" value="&lt;pre dir=&quot;ltr&quot; style=&quot;&quot;&gt;&lt;pre dir=&quot;ltr&quot;&gt;&lt;code dir=&quot;ltr&quot;&gt;Threads API&lt;/code&gt;&lt;/pre&gt;&lt;/pre&gt;" vertex="1">
-           <mxGeometry height="30" width="160" x="240" y="150" as="geometry" />
+           <mxGeometry height="26.67" width="203.33" x="250" y="174.33" as="geometry" />
        </mxCell>
        <mxCell id="L3vdOe2fqAA-bLixn5a8-18" parent="L3vdOe2fqAA-bLixn5a8-26" style="rounded=0;whiteSpace=wrap;html=1;" value="&lt;pre dir=&quot;ltr&quot; style=&quot;text-align: left;&quot;&gt;&lt;code dir=&quot;ltr&quot;&gt;PostgreSQL&lt;/code&gt;&lt;/pre&gt;" vertex="1">
-           <mxGeometry height="60" width="120" x="60" y="210" as="geometry" />
+           <mxGeometry height="53.33333333333333" width="136" x="68" y="227.66666666666666" as="geometry" />
        </mxCell>
        <mxCell id="L3vdOe2fqAA-bLixn5a8-20" parent="L3vdOe2fqAA-bLixn5a8-26" style="rounded=0;whiteSpace=wrap;html=1;" value="&lt;pre dir=&quot;ltr&quot; style=&quot;text-align: left;&quot;&gt;&lt;pre dir=&quot;ltr&quot;&gt;&lt;code dir=&quot;ltr&quot;&gt;Streamlit&lt;/code&gt;&lt;/pre&gt;&lt;/pre&gt;" vertex="1">
-           <mxGeometry height="60" width="120" x="60" y="300" as="geometry" />
+           <mxGeometry height="53.33333333333333" width="136" x="68" y="307.66666666666663" as="geometry" />
        </mxCell>
        <mxCell id="L3vdOe2fqAA-bLixn5a8-22" edge="1" parent="L3vdOe2fqAA-bLixn5a8-26" source="L3vdOe2fqAA-bLixn5a8-21" style="edgeStyle=orthogonalEdgeStyle;rounded=0;orthogonalLoop=1;jettySize=auto;html=1;entryX=0;entryY=0.5;entryDx=0;entryDy=0;" target="L3vdOe2fqAA-bLixn5a8-4">
          <mxGeometry relative="1" as="geometry">
            <Array as="points">
-               <mxPoint x="20" y="420" />
-               <mxPoint x="20" y="135" />
+               <mxPoint x="22.666666666666664" y="414.3333333333333" />
+               <mxPoint x="22.666666666666664" y="161" />
            </Array>
          </mxGeometry>
        </mxCell>
        <mxCell id="L3vdOe2fqAA-bLixn5a8-24" connectable="0" parent="L3vdOe2fqAA-bLixn5a8-22" style="edgeLabel;html=1;align=center;verticalAlign=middle;resizable=0;points=[];horizontal=0;" value="&lt;pre dir=&quot;ltr&quot; style=&quot;font-size: 12px; text-align: left; background-color: rgb(27, 29, 30);&quot;&gt;&lt;code dir=&quot;ltr&quot; style=&quot;&quot;&gt;&lt;font style=&quot;background-color: light-dark(#ffffff, var(--ge-dark-color, #121212));&quot;&gt;(Scheduled Jobs)&lt;/font&gt;&lt;/code&gt;&lt;/pre&gt;" vertex="1">
          <mxGeometry relative="1" x="0.3918" y="-3" as="geometry">
            <mxPoint x="-3" y="74" as="offset" />
          </mxGeometry>
        </mxCell>
        <mxCell id="L3vdOe2fqAA-bLixn5a8-21" parent="L3vdOe2fqAA-bLixn5a8-26" style="rounded=0;whiteSpace=wrap;html=1;" value="&lt;pre dir=&quot;ltr&quot; style=&quot;text-align: left;&quot;&gt;&lt;pre dir=&quot;ltr&quot;&gt;&lt;code dir=&quot;ltr&quot;&gt;Airflow&lt;/code&gt;&lt;/pre&gt;&lt;/pre&gt;" vertex="1">
-           <mxGeometry height="60" width="120" x="60" y="390" as="geometry" />
+           <mxGeometry height="53.33333333333333" width="136" x="68" y="387.66666666666663" as="geometry" />
        </mxCell>
        <mxCell id="L3vdOe2fqAA-bLixn5a8-25" parent="L3vdOe2fqAA-bLixn5a8-26" style="text;html=1;whiteSpace=wrap;strokeColor=none;fillColor=none;align=center;verticalAlign=middle;rounded=0;" value="&lt;pre dir=&quot;ltr&quot; style=&quot;text-align: left;&quot;&gt;&lt;code dir=&quot;ltr&quot;&gt;&lt;font style=&quot;color: light-dark(rgb(0, 0, 0), rgb(255, 255, 255));&quot;&gt; DigitalOcean / GCP&lt;/font&gt;&lt;br&gt;&lt;/code&gt;&lt;/pre&gt;" vertex="1">
-           <mxGeometry height="30" width="170" x="120" as="geometry" />
+           <mxGeometry height="26.666666666666664" width="192.66666666666666" x="136" as="geometry" />
+         </mxCell>
+       </root>
+     </mxGraphModel>
+   </diagram>
+   <diagram id="-lVjOXzjtRNNVeTxsDLD" name="Domain Model">
+     <mxGraphModel dx="1406" dy="720" grid="1" gridSize="10" guides="1" tooltips="1" connect="1" arrows="1" fold="1" page="1" pageScale="1" pageWidth="827" pageHeight="1169" math="0" shadow="0">
+       <root>
+         <mxCell id="0" />
+         <mxCell id="1" parent="0" />
+         <mxCell id="29OM446iu96h3QQ0XGie-19" connectable="0" parent="1" style="group;fillColor=default;" value="" vertex="1">
+           <mxGeometry height="540" width="617.14" x="50" y="90" as="geometry" />
+         </mxCell>
+         <mxCell id="29OM446iu96h3QQ0XGie-2" parent="29OM446iu96h3QQ0XGie-19" style="rounded=0;whiteSpace=wrap;html=1;strokeColor=default;align=center;verticalAlign=middle;fontFamily=Helvetica;fontSize=12;fontColor=default;fillColor=default;" value="Store" vertex="1">
+           <mxGeometry height="81.81818181818181" width="166.7945945945946" x="33.35891891891892" y="16.363636363636363" as="geometry" />
+         </mxCell>
+         <mxCell id="29OM446iu96h3QQ0XGie-3" parent="29OM446iu96h3QQ0XGie-19" style="rounded=0;whiteSpace=wrap;html=1;strokeColor=default;align=center;verticalAlign=middle;fontFamily=Helvetica;fontSize=12;fontColor=default;fillColor=default;" value="Review" vertex="1">
+           <mxGeometry height="81.81818181818181" width="166.7945945945946" x="416.98648648648646" y="16.363636363636363" as="geometry" />
+         </mxCell>
+         <mxCell id="29OM446iu96h3QQ0XGie-4" parent="29OM446iu96h3QQ0XGie-19" style="rounded=0;whiteSpace=wrap;html=1;strokeColor=default;align=center;verticalAlign=middle;fontFamily=Helvetica;fontSize=12;fontColor=default;fillColor=default;" value="AI Analysis" vertex="1">
+           <mxGeometry height="81.81818181818181" width="166.7945945945946" x="416.98648648648646" y="212.72727272727272" as="geometry" />
+         </mxCell>
+         <mxCell id="29OM446iu96h3QQ0XGie-5" parent="29OM446iu96h3QQ0XGie-19" style="rounded=0;whiteSpace=wrap;html=1;strokeColor=default;align=center;verticalAlign=middle;fontFamily=Helvetica;fontSize=12;fontColor=default;fillColor=default;" value="Threads Post" vertex="1">
+           <mxGeometry height="81.81818181818181" width="166.7945945945946" x="416.98648648648646" y="409.0909090909091" as="geometry" />
+         </mxCell>
+         <mxCell id="29OM446iu96h3QQ0XGie-6" parent="29OM446iu96h3QQ0XGie-19" style="rounded=0;whiteSpace=wrap;html=1;strokeColor=default;align=center;verticalAlign=middle;fontFamily=Helvetica;fontSize=12;fontColor=default;fillColor=default;" value="Crawl Job" vertex="1">
+           <mxGeometry height="81.81818181818181" width="166.7945945945946" x="33.35891891891892" y="409.0909090909091" as="geometry" />
+         </mxCell>
+         <mxCell id="29OM446iu96h3QQ0XGie-10" edge="1" parent="29OM446iu96h3QQ0XGie-19" style="endArrow=none;html=1;endSize=12;startArrow=none;startSize=14;startFill=0;edgeStyle=orthogonalEdgeStyle;rounded=0;fontFamily=Helvetica;fontSize=12;fontColor=default;endFill=0;" value="">
+           <mxGeometry relative="1" x="0.0038" as="geometry">
+             <mxPoint as="offset" />
+             <mxPoint x="200.1535135135135" y="48.27272727272728" as="sourcePoint" />
+             <mxPoint x="416.98648648648646" y="49.09090909090909" as="targetPoint" />
+           </mxGeometry>
+         </mxCell>
+         <mxCell id="29OM446iu96h3QQ0XGie-11" connectable="0" parent="29OM446iu96h3QQ0XGie-10" style="edgeLabel;resizable=0;html=1;align=left;verticalAlign=top;fontFamily=Helvetica;fontSize=12;fontColor=default;" value="1" vertex="1">
+           <mxGeometry relative="1" x="-1" as="geometry">
+             <mxPoint x="10" as="offset" />
+           </mxGeometry>
+         </mxCell>
+         <mxCell id="29OM446iu96h3QQ0XGie-12" connectable="0" parent="29OM446iu96h3QQ0XGie-10" style="edgeLabel;resizable=0;html=1;align=right;verticalAlign=top;fontFamily=Helvetica;fontSize=12;fontColor=default;" value="&lt;span style=&quot;text-align: left;&quot;&gt;n&lt;/span&gt;" vertex="1">
+           <mxGeometry relative="1" x="1" as="geometry">
+             <mxPoint x="-13" as="offset" />
+           </mxGeometry>
+         </mxCell>
+         <mxCell id="29OM446iu96h3QQ0XGie-13" edge="1" parent="29OM446iu96h3QQ0XGie-19" source="29OM446iu96h3QQ0XGie-3" style="endArrow=none;html=1;endSize=12;startArrow=none;startSize=14;startFill=0;edgeStyle=orthogonalEdgeStyle;rounded=0;fontFamily=Helvetica;fontSize=12;fontColor=default;exitX=0.5;exitY=1;exitDx=0;exitDy=0;entryX=0.5;entryY=0;entryDx=0;entryDy=0;endFill=0;" target="29OM446iu96h3QQ0XGie-4" value="">
+           <mxGeometry relative="1" x="0.0038" as="geometry">
+             <mxPoint as="offset" />
+             <mxPoint x="733.8962162162162" y="81.81818181818181" as="sourcePoint" />
+             <mxPoint x="733.8962162162162" y="279" as="targetPoint" />
+           </mxGeometry>
+         </mxCell>
+         <mxCell id="29OM446iu96h3QQ0XGie-14" connectable="0" parent="29OM446iu96h3QQ0XGie-13" style="edgeLabel;resizable=0;html=1;align=left;verticalAlign=top;fontFamily=Helvetica;fontSize=12;fontColor=default;" value="1" vertex="1">
+           <mxGeometry relative="1" x="-1" as="geometry">
+             <mxPoint x="10" as="offset" />
+           </mxGeometry>
+         </mxCell>
+         <mxCell id="29OM446iu96h3QQ0XGie-15" connectable="0" parent="29OM446iu96h3QQ0XGie-13" style="edgeLabel;resizable=0;html=1;align=right;verticalAlign=top;fontFamily=Helvetica;fontSize=12;fontColor=default;" value="&lt;span style=&quot;text-align: left;&quot;&gt;1&lt;/span&gt;" vertex="1">
+           <mxGeometry relative="1" x="1" as="geometry">
+             <mxPoint x="20" y="-41" as="offset" />
+           </mxGeometry>
+         </mxCell>
+         <mxCell id="29OM446iu96h3QQ0XGie-16" edge="1" parent="29OM446iu96h3QQ0XGie-19" source="29OM446iu96h3QQ0XGie-4" style="endArrow=none;html=1;endSize=12;startArrow=none;startSize=14;startFill=0;edgeStyle=orthogonalEdgeStyle;rounded=0;fontFamily=Helvetica;fontSize=12;fontColor=default;exitX=0.5;exitY=1;exitDx=0;exitDy=0;entryX=0.5;entryY=0;entryDx=0;entryDy=0;endFill=0;" target="29OM446iu96h3QQ0XGie-5" value="">
+           <mxGeometry relative="1" x="0.0038" as="geometry">
+             <mxPoint as="offset" />
+             <mxPoint x="617.14" y="180" as="sourcePoint" />
+             <mxPoint x="617.14" y="310.90909090909093" as="targetPoint" />
+           </mxGeometry>
+         </mxCell>
+         <mxCell id="29OM446iu96h3QQ0XGie-17" connectable="0" parent="29OM446iu96h3QQ0XGie-16" style="edgeLabel;resizable=0;html=1;align=left;verticalAlign=top;fontFamily=Helvetica;fontSize=12;fontColor=default;" value="n" vertex="1">
+           <mxGeometry relative="1" x="-1" as="geometry">
+             <mxPoint x="10" y="1" as="offset" />
+           </mxGeometry>
+         </mxCell>
+         <mxCell id="29OM446iu96h3QQ0XGie-18" connectable="0" parent="29OM446iu96h3QQ0XGie-16" style="edgeLabel;resizable=0;html=1;align=left;verticalAlign=top;fontFamily=Helvetica;fontSize=12;fontColor=default;" value="&lt;span style=&quot;&quot;&gt;n&lt;/span&gt;" vertex="1">
+           <mxGeometry relative="1" x="1" as="geometry">
+             <mxPoint x="9" y="-27" as="offset" />
+           </mxGeometry>
        </mxCell>
      </root>
    </mxGraphModel>
  </diagram>
</mxfile>
